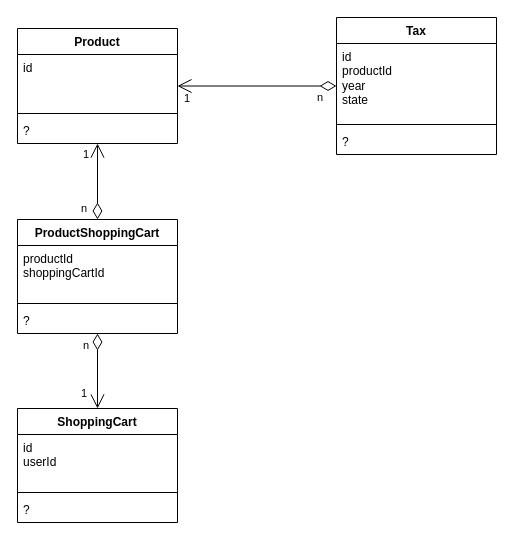
Earlier version of the draw.io diagram architecture/tax-system/class-diagram.drawio (codegik/pocs). Source tidied: cells renumbered, new cells numbered last; positions are measured from the earlier drawing's top-left corner, leaving out a move shared by most shapes. Both pictures are drawn from the tidied source at 100%, with x=0, y=0 at pixel (17, 17).
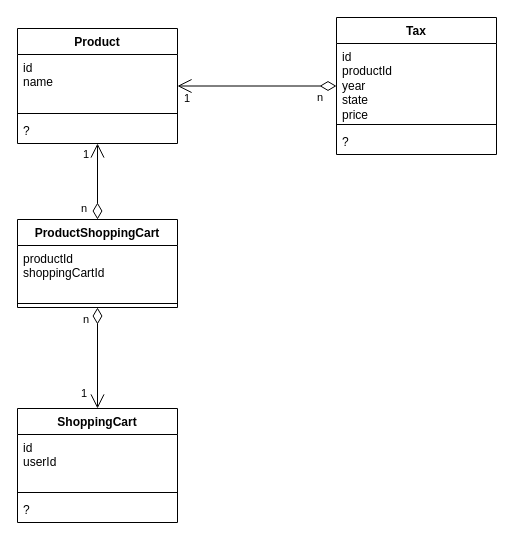
The same diagram, later.

The change refers to these unchanged cells:
```xml
<mxCell id="2" value="Product" style="swimlane;fontStyle=1;align=center;verticalAlign=top;horizontal=1;startSize=26;whiteSpace=wrap;html=1;" parent="1" vertex="1">
  <mxGeometry y="11" width="160" height="115" as="geometry" />
</mxCell>
<mxCell id="6" value="Tax" style="swimlane;fontStyle=1;align=center;verticalAlign=top;horizontal=1;startSize=26;whiteSpace=wrap;html=1;" parent="1" vertex="1">
  <mxGeometry x="319" width="160" height="137" as="geometry" />
</mxCell>
```

Diff of the diagram source:
```diff
@@
-    <mxCell id="3" value="id" style="text;strokeColor=none;fillColor=none;align=left;verticalAlign=top;spacingLeft=4;spacingRight=4;overflow=hidden;whiteSpace=wrap;html=1;" parent="2" vertex="1">
+    <mxCell id="3" value="&lt;div&gt;id&lt;/div&gt;&lt;div&gt;name&lt;br&gt;&lt;/div&gt;" style="text;strokeColor=none;fillColor=none;align=left;verticalAlign=top;spacingLeft=4;spacingRight=4;overflow=hidden;whiteSpace=wrap;html=1;" parent="2" vertex="1">
       <mxGeometry y="26" width="160" height="55" as="geometry" />
     </mxCell>
@@
-    <mxCell id="7" value="&lt;div&gt;id&lt;br&gt;&lt;/div&gt;&lt;div&gt;productId&lt;/div&gt;&lt;div&gt;year&lt;/div&gt;&lt;div&gt;state&lt;br&gt;&lt;/div&gt;" style="text;strokeColor=none;fillColor=none;align=left;verticalAlign=top;spacingLeft=4;spacingRight=4;overflow=hidden;whiteSpace=wrap;html=1;" parent="6" vertex="1">
+    <mxCell id="7" value="&lt;div&gt;id&lt;br&gt;&lt;/div&gt;&lt;div&gt;productId&lt;/div&gt;&lt;div&gt;year&lt;/div&gt;&lt;div&gt;state&lt;br&gt;&lt;/div&gt;&lt;div&gt;price&lt;br&gt;&lt;/div&gt;" style="text;strokeColor=none;fillColor=none;align=left;verticalAlign=top;spacingLeft=4;spacingRight=4;overflow=hidden;whiteSpace=wrap;html=1;" parent="6" vertex="1">
       <mxGeometry y="26" width="160" height="77" as="geometry" />
     </mxCell>
@@
     <mxCell id="17" value="ProductShoppingCart" style="swimlane;fontStyle=1;align=center;verticalAlign=top;horizontal=1;startSize=26;whiteSpace=wrap;html=1;" parent="1" vertex="1">
-      <mxGeometry y="202" width="160" height="114" as="geometry" />
+      <mxGeometry y="202" width="160" height="88" as="geometry" />
     </mxCell>
@@
-    <mxCell id="20" value="?" style="text;strokeColor=none;fillColor=none;align=left;verticalAlign=top;spacingLeft=4;spacingRight=4;overflow=hidden;whiteSpace=wrap;html=1;" parent="17" vertex="1">
-      <mxGeometry y="88" width="160" height="26" as="geometry" />
-    </mxCell>
```
